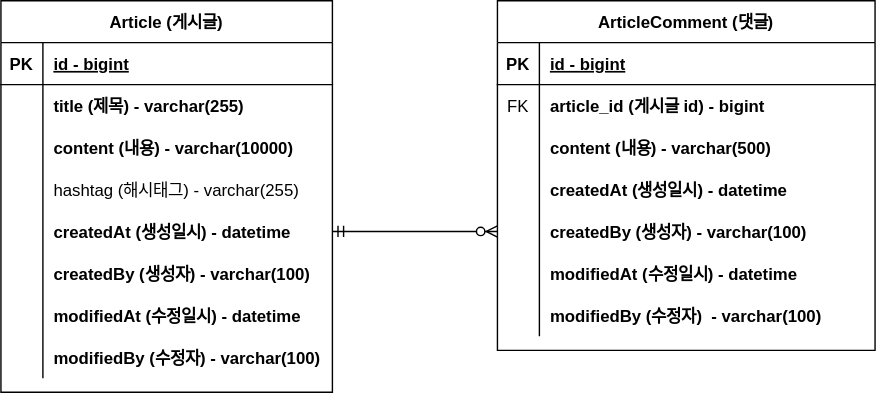
Kwoojin/fc-board keeps this draw.io diagram as document/project-board-erd.svg. Above is the earlier version. Source tidied: cells renumbered, new cells last; positions are measured from the earlier drawing's top-left corner, leaving out a move shared by most shapes.
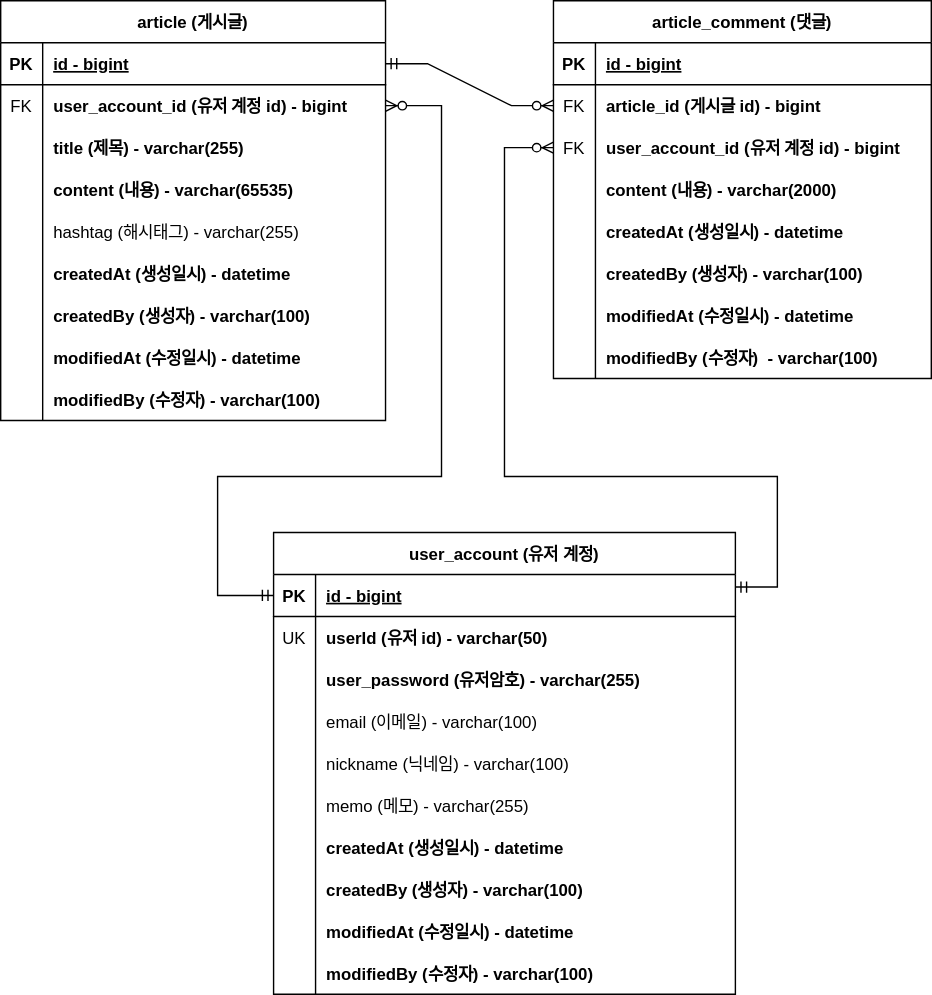
Above is the later version.

Commit message:
#17 - 회원 계정 도메인 구현 및 erd 반영

Diff of the diagram source:
```diff
@@ -4,7 +4,7 @@
     <mxCell id="1" parent="0" />
-    <mxCell id="2" value="Article (게시글)" style="shape=table;startSize=30;rowLines=0;fontStyle=1;align=center;" parent="1" vertex="1">
-      <mxGeometry width="237" height="280" as="geometry" />
+    <mxCell id="2" value="article (게시글)" style="shape=table;startSize=30;rowLines=0;fontStyle=1;align=center;" parent="1" vertex="1">
+      <mxGeometry width="275" height="300" as="geometry" />
     </mxCell>
     <mxCell id="3" style="shape=tableRow;horizontal=0;startSize=0;swimlaneHead=0;swimlaneBody=0;fillColor=none;points=[[0,0.5],[1,0.5]];portConstraint=eastwest;top=0;left=0;right=0;bottom=1;" parent="2" vertex="1">
-      <mxGeometry y="30" width="237" height="30" as="geometry" />
+      <mxGeometry y="30" width="275" height="30" as="geometry" />
     </mxCell>
@@ -14,6 +14,15 @@
     <mxCell id="5" value="id - bigint" style="shape=partialRectangle;fillColor=none;top=0;left=0;bottom=0;right=0;align=left;spacingLeft=6;fontStyle=5;overflow=hidden;" parent="3" vertex="1">
-      <mxGeometry x="30" width="207" height="30" as="geometry" />
+      <mxGeometry x="30" width="245" height="30" as="geometry" />
     </mxCell>
+    <mxCell id="50" style="shape=tableRow;horizontal=0;startSize=0;swimlaneHead=0;swimlaneBody=0;fillColor=none;points=[[0,0.5],[1,0.5]];portConstraint=eastwest;top=0;left=0;right=0;bottom=0;" parent="2" vertex="1">
+      <mxGeometry y="60" width="275" height="30" as="geometry" />
+    </mxCell>
+    <mxCell id="51" value="FK" style="shape=partialRectangle;fillColor=none;top=0;left=0;bottom=0;right=0;overflow=hidden;" parent="50" vertex="1">
+      <mxGeometry width="30" height="30" as="geometry" />
+    </mxCell>
+    <mxCell id="52" value="user_account_id (유저 계정 id) - bigint" style="shape=partialRectangle;fillColor=none;top=0;left=0;bottom=0;right=0;align=left;spacingLeft=6;overflow=hidden;fontStyle=1;" parent="50" vertex="1">
+      <mxGeometry x="30" width="245" height="30" as="geometry" />
+    </mxCell>
     <mxCell id="6" style="shape=tableRow;horizontal=0;startSize=0;swimlaneHead=0;swimlaneBody=0;fillColor=none;top=0;left=0;right=0;bottom=0;" parent="2" vertex="1">
-      <mxGeometry y="60" width="237" height="30" as="geometry" />
+      <mxGeometry y="90" width="275" height="30" as="geometry" />
     </mxCell>
@@ -23,6 +32,6 @@
     <mxCell id="8" value="title (제목) - varchar(255)" style="shape=partialRectangle;fillColor=none;top=0;left=0;bottom=0;right=0;align=left;spacingLeft=6;overflow=hidden;fontStyle=1;" parent="6" vertex="1">
-      <mxGeometry x="30" width="207" height="30" as="geometry" />
+      <mxGeometry x="30" width="245" height="30" as="geometry" />
     </mxCell>
     <mxCell id="9" style="shape=tableRow;horizontal=0;startSize=0;swimlaneHead=0;swimlaneBody=0;fillColor=none;top=0;left=0;right=0;bottom=0;" parent="2" vertex="1">
-      <mxGeometry y="90" width="237" height="30" as="geometry" />
+      <mxGeometry y="120" width="275" height="30" as="geometry" />
     </mxCell>
@@ -31,7 +40,7 @@
     </mxCell>
-    <mxCell id="11" value="content (내용) - varchar(10000)" style="shape=partialRectangle;fillColor=none;top=0;left=0;bottom=0;right=0;align=left;spacingLeft=6;overflow=hidden;fontStyle=1;" parent="9" vertex="1">
-      <mxGeometry x="30" width="207" height="30" as="geometry" />
+    <mxCell id="11" value="content (내용) - varchar(65535)" style="shape=partialRectangle;fillColor=none;top=0;left=0;bottom=0;right=0;align=left;spacingLeft=6;overflow=hidden;fontStyle=1;" parent="9" vertex="1">
+      <mxGeometry x="30" width="245" height="30" as="geometry" />
     </mxCell>
     <mxCell id="12" style="shape=tableRow;horizontal=0;startSize=0;swimlaneHead=0;swimlaneBody=0;fillColor=none;top=0;left=0;right=0;bottom=0;" parent="2" vertex="1">
-      <mxGeometry y="120" width="237" height="30" as="geometry" />
+      <mxGeometry y="150" width="275" height="30" as="geometry" />
     </mxCell>
@@ -41,6 +50,6 @@
     <mxCell id="14" value="hashtag (해시태그) - varchar(255)" style="shape=partialRectangle;fillColor=none;top=0;left=0;bottom=0;right=0;align=left;spacingLeft=6;overflow=hidden;" parent="12" vertex="1">
-      <mxGeometry x="30" width="207" height="30" as="geometry" />
+      <mxGeometry x="30" width="245" height="30" as="geometry" />
     </mxCell>
     <mxCell id="15" style="shape=tableRow;horizontal=0;startSize=0;swimlaneHead=0;swimlaneBody=0;fillColor=none;points=[[0,0.5],[1,0.5]];portConstraint=eastwest;top=0;left=0;right=0;bottom=0;" parent="2" vertex="1">
-      <mxGeometry y="150" width="237" height="30" as="geometry" />
+      <mxGeometry y="180" width="275" height="30" as="geometry" />
     </mxCell>
@@ -50,6 +59,6 @@
     <mxCell id="17" value="createdAt (생성일시) - datetime" style="shape=partialRectangle;fillColor=none;top=0;left=0;bottom=0;right=0;align=left;spacingLeft=6;overflow=hidden;fontStyle=1;" parent="15" vertex="1">
-      <mxGeometry x="30" width="207" height="30" as="geometry" />
+      <mxGeometry x="30" width="245" height="30" as="geometry" />
     </mxCell>
     <mxCell id="18" style="shape=tableRow;horizontal=0;startSize=0;swimlaneHead=0;swimlaneBody=0;fillColor=none;top=0;left=0;right=0;bottom=0;" parent="2" vertex="1">
-      <mxGeometry y="180" width="237" height="30" as="geometry" />
+      <mxGeometry y="210" width="275" height="30" as="geometry" />
     </mxCell>
@@ -59,6 +68,6 @@
     <mxCell id="20" value="createdBy (생성자) - varchar(100)" style="shape=partialRectangle;fillColor=none;top=0;left=0;bottom=0;right=0;align=left;spacingLeft=6;overflow=hidden;fontStyle=1;" parent="18" vertex="1">
-      <mxGeometry x="30" width="207" height="30" as="geometry" />
+      <mxGeometry x="30" width="245" height="30" as="geometry" />
     </mxCell>
     <mxCell id="21" style="shape=tableRow;horizontal=0;startSize=0;swimlaneHead=0;swimlaneBody=0;fillColor=none;top=0;left=0;right=0;bottom=0;" parent="2" vertex="1">
-      <mxGeometry y="210" width="237" height="30" as="geometry" />
+      <mxGeometry y="240" width="275" height="30" as="geometry" />
     </mxCell>
@@ -68,6 +77,6 @@
     <mxCell id="23" value="modifiedAt (수정일시) - datetime" style="shape=partialRectangle;fillColor=none;top=0;left=0;bottom=0;right=0;align=left;spacingLeft=6;overflow=hidden;fontStyle=1;" parent="21" vertex="1">
-      <mxGeometry x="30" width="207" height="30" as="geometry" />
+      <mxGeometry x="30" width="245" height="30" as="geometry" />
     </mxCell>
     <mxCell id="24" style="shape=tableRow;horizontal=0;startSize=0;swimlaneHead=0;swimlaneBody=0;fillColor=none;top=0;left=0;right=0;bottom=0;" parent="2" vertex="1">
-      <mxGeometry y="240" width="237" height="30" as="geometry" />
+      <mxGeometry y="270" width="275" height="30" as="geometry" />
     </mxCell>
@@ -77,6 +86,6 @@
     <mxCell id="26" value="modifiedBy (수정자) - varchar(100)" style="shape=partialRectangle;fillColor=none;top=0;left=0;bottom=0;right=0;align=left;spacingLeft=6;overflow=hidden;fontStyle=1;" parent="24" vertex="1">
-      <mxGeometry x="30" width="207" height="30" as="geometry" />
+      <mxGeometry x="30" width="245" height="30" as="geometry" />
     </mxCell>
-    <mxCell id="27" value="ArticleComment (댓글)" style="shape=table;startSize=30;rowLines=0;fontStyle=1;align=center;" parent="1" vertex="1">
-      <mxGeometry x="355" width="270" height="250" as="geometry" />
+    <mxCell id="27" value="article_comment (댓글)" style="shape=table;startSize=30;rowLines=0;fontStyle=1;align=center;" parent="1" vertex="1">
+      <mxGeometry x="395" width="270" height="270" as="geometry" />
     </mxCell>
@@ -100,4 +109,13 @@
     </mxCell>
+    <mxCell id="53" style="shape=tableRow;horizontal=0;startSize=0;swimlaneHead=0;swimlaneBody=0;fillColor=none;points=[[0,0.5],[1,0.5]];portConstraint=eastwest;top=0;left=0;right=0;bottom=0;" parent="27" vertex="1">
+      <mxGeometry y="90" width="270" height="30" as="geometry" />
+    </mxCell>
+    <mxCell id="54" value="FK" style="shape=partialRectangle;fillColor=none;top=0;left=0;bottom=0;right=0;overflow=hidden;" parent="53" vertex="1">
+      <mxGeometry width="30" height="30" as="geometry" />
+    </mxCell>
+    <mxCell id="55" value="user_account_id (유저 계정 id) - bigint" style="shape=partialRectangle;fillColor=none;top=0;left=0;bottom=0;right=0;align=left;spacingLeft=6;overflow=hidden;fontStyle=1;" parent="53" vertex="1">
+      <mxGeometry x="30" width="240" height="30" as="geometry" />
+    </mxCell>
     <mxCell id="34" style="shape=tableRow;horizontal=0;startSize=0;swimlaneHead=0;swimlaneBody=0;fillColor=none;top=0;left=0;right=0;bottom=0;" parent="27" vertex="1">
-      <mxGeometry y="90" width="270" height="30" as="geometry" />
+      <mxGeometry y="120" width="270" height="30" as="geometry" />
     </mxCell>
@@ -106,3 +124,3 @@
     </mxCell>
-    <mxCell id="36" value="content (내용) - varchar(500)" style="shape=partialRectangle;fillColor=none;top=0;left=0;bottom=0;right=0;align=left;spacingLeft=6;overflow=hidden;fontStyle=1;" parent="34" vertex="1">
+    <mxCell id="36" value="content (내용) - varchar(2000)" style="shape=partialRectangle;fillColor=none;top=0;left=0;bottom=0;right=0;align=left;spacingLeft=6;overflow=hidden;fontStyle=1;" parent="34" vertex="1">
       <mxGeometry x="30" width="240" height="30" as="geometry" />
@@ -110,3 +128,3 @@
     <mxCell id="37" style="shape=tableRow;horizontal=0;startSize=0;swimlaneHead=0;swimlaneBody=0;fillColor=none;top=0;left=0;right=0;bottom=0;" parent="27" vertex="1">
-      <mxGeometry y="120" width="270" height="30" as="geometry" />
+      <mxGeometry y="150" width="270" height="30" as="geometry" />
     </mxCell>
@@ -119,3 +137,3 @@
     <mxCell id="40" style="shape=tableRow;horizontal=0;startSize=0;swimlaneHead=0;swimlaneBody=0;fillColor=none;points=[[0,0.5],[1,0.5]];portConstraint=eastwest;top=0;left=0;right=0;bottom=0;" parent="27" vertex="1">
-      <mxGeometry y="150" width="270" height="30" as="geometry" />
+      <mxGeometry y="180" width="270" height="30" as="geometry" />
     </mxCell>
@@ -128,3 +146,3 @@
     <mxCell id="43" style="shape=tableRow;horizontal=0;startSize=0;swimlaneHead=0;swimlaneBody=0;fillColor=none;top=0;left=0;right=0;bottom=0;" parent="27" vertex="1">
-      <mxGeometry y="180" width="270" height="30" as="geometry" />
+      <mxGeometry y="210" width="270" height="30" as="geometry" />
     </mxCell>
@@ -137,3 +155,3 @@
     <mxCell id="46" style="shape=tableRow;horizontal=0;startSize=0;swimlaneHead=0;swimlaneBody=0;fillColor=none;top=0;left=0;right=0;bottom=0;" parent="27" vertex="1">
-      <mxGeometry y="210" width="270" height="30" as="geometry" />
+      <mxGeometry y="240" width="270" height="30" as="geometry" />
     </mxCell>
@@ -145,5 +163,119 @@
     </mxCell>
-    <mxCell id="49" style="edgeStyle=entityRelationEdgeStyle;fontSize=12;html=1;endArrow=ERzeroToMany;startArrow=ERmandOne;rounded=0;exitX=1;exitY=0.5;exitDx=0;exitDy=0;entryX=0;entryY=0.5;entryDx=0;entryDy=0;" parent="1" edge="1" source="15" target="40">
-      <mxGeometry relative="1" as="geometry" />
-    </mxCell>
+    <mxCell id="56" value="user_account (유저 계정)" style="shape=table;startSize=30;rowLines=0;fontStyle=1;align=center;" parent="1" vertex="1">
+      <mxGeometry x="195" y="380" width="330" height="330" as="geometry" />
+    </mxCell>
+    <mxCell id="57" style="shape=tableRow;horizontal=0;startSize=0;swimlaneHead=0;swimlaneBody=0;fillColor=none;points=[[0,0.5],[1,0.5]];portConstraint=eastwest;top=0;left=0;right=0;bottom=1;" parent="56" vertex="1">
+      <mxGeometry y="30" width="330" height="30" as="geometry" />
+    </mxCell>
+    <mxCell id="58" value="PK" style="shape=partialRectangle;fillColor=none;top=0;left=0;bottom=0;right=0;fontStyle=1;overflow=hidden;" parent="57" vertex="1">
+      <mxGeometry width="30" height="30" as="geometry" />
+    </mxCell>
+    <mxCell id="59" value="id - bigint" style="shape=partialRectangle;fillColor=none;top=0;left=0;bottom=0;right=0;align=left;spacingLeft=6;fontStyle=5;overflow=hidden;" parent="57" vertex="1">
+      <mxGeometry x="30" width="300" height="30" as="geometry" />
+    </mxCell>
+    <mxCell id="60" style="shape=tableRow;horizontal=0;startSize=0;swimlaneHead=0;swimlaneBody=0;fillColor=none;top=0;left=0;right=0;bottom=0;" parent="56" vertex="1">
+      <mxGeometry y="60" width="330" height="30" as="geometry" />
+    </mxCell>
+    <mxCell id="61" value="UK" style="shape=partialRectangle;fillColor=none;top=0;left=0;bottom=0;right=0;overflow=hidden;" parent="60" vertex="1">
+      <mxGeometry width="30" height="30" as="geometry" />
+    </mxCell>
+    <mxCell id="62" value="userId (유저 id) - varchar(50)" style="shape=partialRectangle;fillColor=none;top=0;left=0;bottom=0;right=0;align=left;spacingLeft=6;overflow=hidden;fontStyle=1;" parent="60" vertex="1">
+      <mxGeometry x="30" width="300" height="30" as="geometry" />
+    </mxCell>
+    <mxCell id="63" style="shape=tableRow;horizontal=0;startSize=0;swimlaneHead=0;swimlaneBody=0;fillColor=none;top=0;left=0;right=0;bottom=0;" parent="56" vertex="1">
+      <mxGeometry y="90" width="330" height="30" as="geometry" />
+    </mxCell>
+    <mxCell id="64" style="shape=partialRectangle;fillColor=none;top=0;left=0;bottom=0;right=0;overflow=hidden;" parent="63" vertex="1">
+      <mxGeometry width="30" height="30" as="geometry" />
+    </mxCell>
+    <mxCell id="65" value="user_password (유저암호) - varchar(255)" style="shape=partialRectangle;fillColor=none;top=0;left=0;bottom=0;right=0;align=left;spacingLeft=6;overflow=hidden;fontStyle=1;" parent="63" vertex="1">
+      <mxGeometry x="30" width="300" height="30" as="geometry" />
+    </mxCell>
+    <mxCell id="66" style="shape=tableRow;horizontal=0;startSize=0;swimlaneHead=0;swimlaneBody=0;fillColor=none;top=0;left=0;right=0;bottom=0;" parent="56" vertex="1">
+      <mxGeometry y="120" width="330" height="30" as="geometry" />
+    </mxCell>
+    <mxCell id="67" style="shape=partialRectangle;fillColor=none;top=0;left=0;bottom=0;right=0;overflow=hidden;" parent="66" vertex="1">
+      <mxGeometry width="30" height="30" as="geometry" />
+    </mxCell>
+    <mxCell id="68" value="email (이메일) - varchar(100)" style="shape=partialRectangle;fillColor=none;top=0;left=0;bottom=0;right=0;align=left;spacingLeft=6;overflow=hidden;" parent="66" vertex="1">
+      <mxGeometry x="30" width="300" height="30" as="geometry" />
+    </mxCell>
+    <mxCell id="69" style="shape=tableRow;horizontal=0;startSize=0;swimlaneHead=0;swimlaneBody=0;fillColor=none;top=0;left=0;right=0;bottom=0;" parent="56" vertex="1">
+      <mxGeometry y="150" width="330" height="30" as="geometry" />
+    </mxCell>
+    <mxCell id="70" style="shape=partialRectangle;fillColor=none;top=0;left=0;bottom=0;right=0;overflow=hidden;" parent="69" vertex="1">
+      <mxGeometry width="30" height="30" as="geometry" />
+    </mxCell>
+    <mxCell id="71" value="nickname (닉네임) - varchar(100)" style="shape=partialRectangle;fillColor=none;top=0;left=0;bottom=0;right=0;align=left;spacingLeft=6;overflow=hidden;" parent="69" vertex="1">
+      <mxGeometry x="30" width="300" height="30" as="geometry" />
+    </mxCell>
+    <mxCell id="72" style="shape=tableRow;horizontal=0;startSize=0;swimlaneHead=0;swimlaneBody=0;fillColor=none;top=0;left=0;right=0;bottom=0;" parent="56" vertex="1">
+      <mxGeometry y="180" width="330" height="30" as="geometry" />
+    </mxCell>
+    <mxCell id="73" style="shape=partialRectangle;fillColor=none;top=0;left=0;bottom=0;right=0;overflow=hidden;" parent="72" vertex="1">
+      <mxGeometry width="30" height="30" as="geometry" />
+    </mxCell>
+    <mxCell id="74" value="memo (메모) - varchar(255)" style="shape=partialRectangle;fillColor=none;top=0;left=0;bottom=0;right=0;align=left;spacingLeft=6;overflow=hidden;" parent="72" vertex="1">
+      <mxGeometry x="30" width="300" height="30" as="geometry" />
+    </mxCell>
+    <mxCell id="75" style="shape=tableRow;horizontal=0;startSize=0;swimlaneHead=0;swimlaneBody=0;fillColor=none;top=0;left=0;right=0;bottom=0;" parent="56" vertex="1">
+      <mxGeometry y="210" width="330" height="30" as="geometry" />
+    </mxCell>
+    <mxCell id="76" style="shape=partialRectangle;fillColor=none;top=0;left=0;bottom=0;right=0;overflow=hidden;" parent="75" vertex="1">
+      <mxGeometry width="30" height="30" as="geometry" />
+    </mxCell>
+    <mxCell id="77" value="createdAt (생성일시) - datetime" style="shape=partialRectangle;fillColor=none;top=0;left=0;bottom=0;right=0;align=left;spacingLeft=6;overflow=hidden;fontStyle=1;" parent="75" vertex="1">
+      <mxGeometry x="30" width="300" height="30" as="geometry" />
+    </mxCell>
+    <mxCell id="78" style="shape=tableRow;horizontal=0;startSize=0;swimlaneHead=0;swimlaneBody=0;fillColor=none;top=0;left=0;right=0;bottom=0;" parent="56" vertex="1">
+      <mxGeometry y="240" width="330" height="30" as="geometry" />
+    </mxCell>
+    <mxCell id="79" style="shape=partialRectangle;fillColor=none;top=0;left=0;bottom=0;right=0;overflow=hidden;" parent="78" vertex="1">
+      <mxGeometry width="30" height="30" as="geometry" />
+    </mxCell>
+    <mxCell id="80" value="createdBy (생성자) - varchar(100)" style="shape=partialRectangle;fillColor=none;top=0;left=0;bottom=0;right=0;align=left;spacingLeft=6;overflow=hidden;fontStyle=1;" parent="78" vertex="1">
+      <mxGeometry x="30" width="300" height="30" as="geometry" />
+    </mxCell>
+    <mxCell id="81" style="shape=tableRow;horizontal=0;startSize=0;swimlaneHead=0;swimlaneBody=0;fillColor=none;top=0;left=0;right=0;bottom=0;" parent="56" vertex="1">
+      <mxGeometry y="270" width="330" height="30" as="geometry" />
+    </mxCell>
+    <mxCell id="82" style="shape=partialRectangle;fillColor=none;top=0;left=0;bottom=0;right=0;overflow=hidden;" parent="81" vertex="1">
+      <mxGeometry width="30" height="30" as="geometry" />
+    </mxCell>
+    <mxCell id="83" value="modifiedAt (수정일시) - datetime" style="shape=partialRectangle;fillColor=none;top=0;left=0;bottom=0;right=0;align=left;spacingLeft=6;overflow=hidden;fontStyle=1;" parent="81" vertex="1">
+      <mxGeometry x="30" width="300" height="30" as="geometry" />
+    </mxCell>
+    <mxCell id="84" style="shape=tableRow;horizontal=0;startSize=0;swimlaneHead=0;swimlaneBody=0;fillColor=none;top=0;left=0;right=0;bottom=0;" parent="56" vertex="1">
+      <mxGeometry y="300" width="330" height="30" as="geometry" />
+    </mxCell>
+    <mxCell id="85" style="shape=partialRectangle;fillColor=none;top=0;left=0;bottom=0;right=0;overflow=hidden;" parent="84" vertex="1">
+      <mxGeometry width="30" height="30" as="geometry" />
+    </mxCell>
+    <mxCell id="86" value="modifiedBy (수정자) - varchar(100)" style="shape=partialRectangle;fillColor=none;top=0;left=0;bottom=0;right=0;align=left;spacingLeft=6;overflow=hidden;fontStyle=1;" parent="84" vertex="1">
+      <mxGeometry x="30" width="300" height="30" as="geometry" />
+    </mxCell>
+    <mxCell id="87" style="edgeStyle=orthogonalEdgeStyle;fontSize=12;html=1;endArrow=ERzeroToMany;startArrow=ERmandOne;rounded=0;entryX=1;entryY=0.5;entryDx=0;entryDy=0;exitX=0;exitY=0.5;exitDx=0;exitDy=0;" parent="1" edge="1" source="57" target="50">
+      <mxGeometry relative="1" as="geometry">
+        <Array as="points">
+          <mxPoint x="155" y="425" />
+          <mxPoint x="155" y="340" />
+          <mxPoint x="315" y="340" />
+          <mxPoint x="315" y="75" />
+        </Array>
+      </mxGeometry>
+    </mxCell>
+    <mxCell id="88" style="edgeStyle=orthogonalEdgeStyle;fontSize=12;html=1;endArrow=ERzeroToMany;startArrow=ERmandOne;rounded=0;entryX=0;entryY=0.5;entryDx=0;entryDy=0;" parent="1" edge="1" target="53">
+      <mxGeometry relative="1" as="geometry">
+        <mxPoint x="525" y="419" as="sourcePoint" />
+        <Array as="points">
+          <mxPoint x="555" y="419" />
+          <mxPoint x="555" y="340" />
+          <mxPoint x="360" y="340" />
+          <mxPoint x="360" y="105" />
+        </Array>
+      </mxGeometry>
+    </mxCell>
+    <mxCell id="89" style="edgeStyle=entityRelationEdgeStyle;fontSize=12;html=1;endArrow=ERzeroToMany;startArrow=ERmandOne;rounded=0;exitX=1;exitY=0.5;exitDx=0;exitDy=0;entryX=0;entryY=0.5;entryDx=0;entryDy=0;" parent="1" edge="1" source="3" target="31">
+      <mxGeometry relative="1" as="geometry" />
+    </mxCell>
   </root>
```
